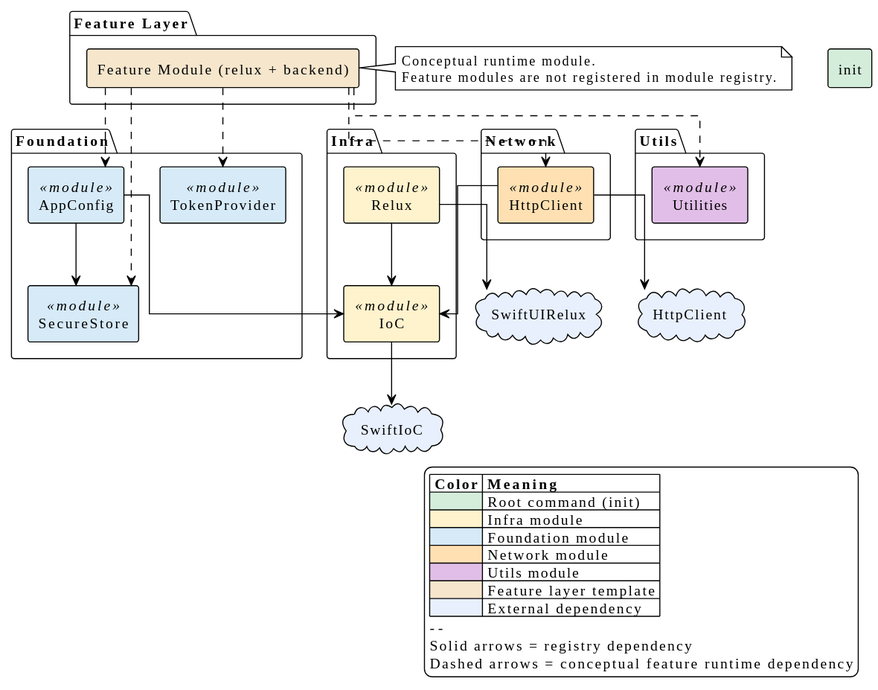
Before: diagrams/scaffolding-pipeline.svg, a diagram exported from PlantUML (relux-works/skill-ios-app-manager). The source it was exported from:
```plantuml
@startuml
!theme plain

skinparam linetype ortho
skinparam componentStyle rectangle

[init] as Init #D4EDDA

cloud "HttpClient" as ext_httpclient #E8F0FE
cloud "SwiftIoC" as ext_swiftioc #E8F0FE
cloud "SwiftUIRelux" as ext_swiftuirelux #E8F0FE

package "Infra" {
  component "IoC" as mod_ioc <<module>> #FFF3CD
  component "Relux" as mod_relux <<module>> #FFF3CD
}

package "Foundation" {
  component "AppConfig" as mod_app_config <<module>> #D6EAF8
  component "SecureStore" as mod_secure_store <<module>> #D6EAF8
  component "TokenProvider" as mod_token_provider <<module>> #D6EAF8
}

package "Network" {
  component "HttpClient" as mod_http_client <<module>> #FFE0B2
}

package "Utils" {
  component "Utilities" as mod_utilities <<module>> #E1BEE7
}

package "Feature Layer" {
  [Feature Module (relux + backend)] as FeatureModule #F5E6CC
}

note right of FeatureModule
  Conceptual runtime module.
  Feature modules are not registered in module registry.
end note

FeatureModule ..> mod_app_config
FeatureModule ..> mod_secure_store
FeatureModule ..> mod_token_provider
FeatureModule ..> mod_http_client
FeatureModule ..> mod_utilities

mod_relux --> mod_ioc
mod_app_config --> mod_ioc
mod_app_config --> mod_secure_store
mod_http_client --> mod_ioc

mod_ioc --> ext_swiftioc
mod_relux --> ext_swiftuirelux
mod_http_client --> ext_httpclient

legend right
  |= Color |= Meaning |
  | <#D4EDDA> | Root command (init) |
  | <#FFF3CD> | Infra module |
  | <#D6EAF8> | Foundation module |
  | <#FFE0B2> | Network module |
  | <#E1BEE7> | Utils module |
  | <#F5E6CC> | Feature layer template |
  | <#E8F0FE> | External dependency |
  --
  Solid arrows = registry dependency
  Dashed arrows = conceptual feature runtime dependency
endlegend
@enduml
```
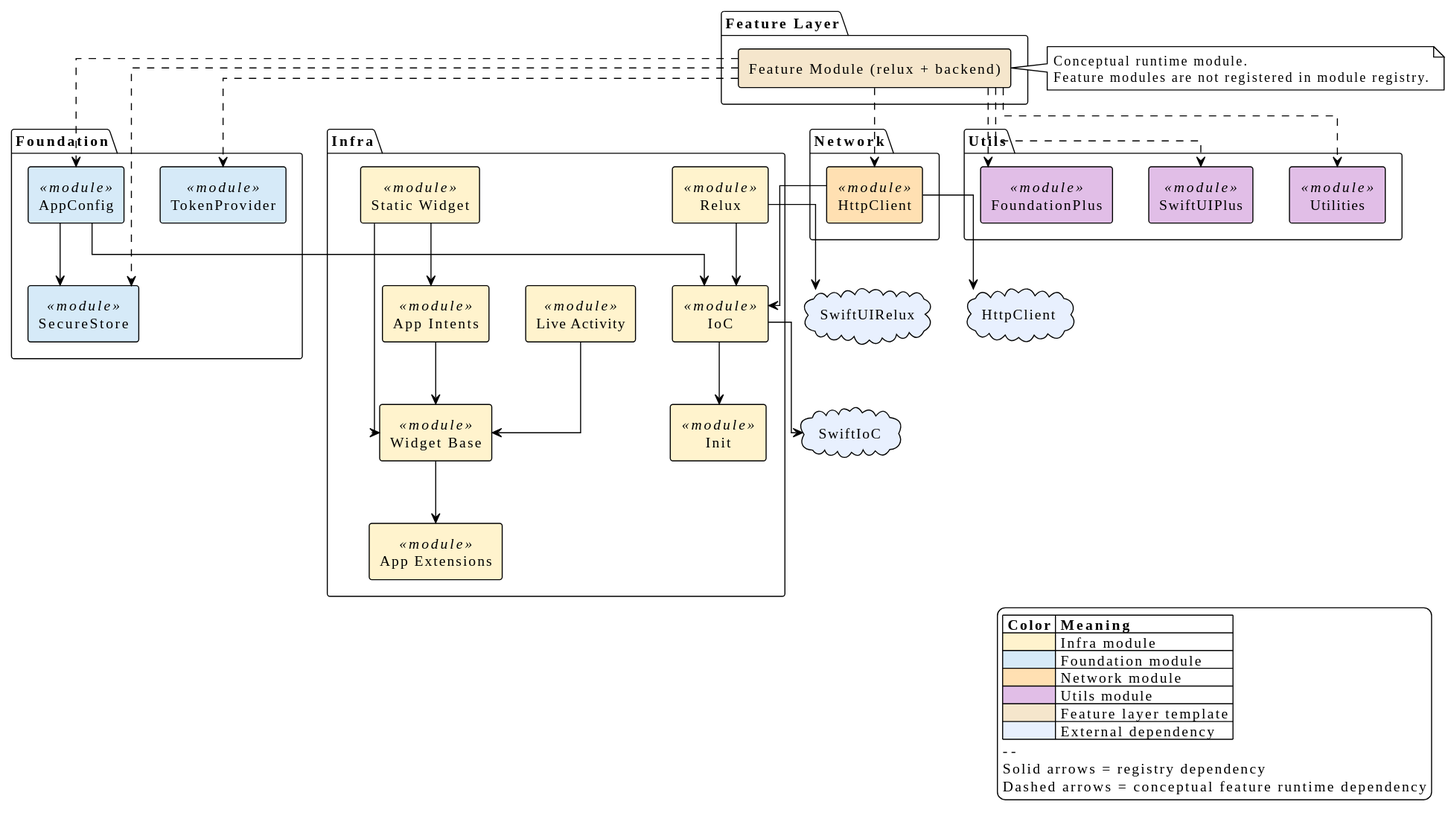
Later version of the same file.

Diff of the diagram source:
```diff
@@ -4,15 +4,19 @@
 skinparam linetype ortho
 skinparam componentStyle rectangle
 
-[init] as Init #D4EDDA
-
 cloud "HttpClient" as ext_httpclient #E8F0FE
 cloud "SwiftIoC" as ext_swiftioc #E8F0FE
 cloud "SwiftUIRelux" as ext_swiftuirelux #E8F0FE
 
 package "Infra" {
+  component "App Extensions" as mod_app_extensions <<module>> #FFF3CD
+  component "App Intents" as mod_app_intents <<module>> #FFF3CD
+  component "Init" as mod_init <<module>> #FFF3CD
   component "IoC" as mod_ioc <<module>> #FFF3CD
+  component "Live Activity" as mod_live_activity <<module>> #FFF3CD
   component "Relux" as mod_relux <<module>> #FFF3CD
+  component "Static Widget" as mod_static_widget <<module>> #FFF3CD
+  component "Widget Base" as mod_widget_base <<module>> #FFF3CD
 }
 
 package "Foundation" {
@@ -26,6 +30,8 @@
 }
 
 package "Utils" {
+  component "FoundationPlus" as mod_foundation_plus <<module>> #E1BEE7
+  component "SwiftUIPlus" as mod_swiftui_plus <<module>> #E1BEE7
   component "Utilities" as mod_utilities <<module>> #E1BEE7
 }
 
@@ -42,9 +48,17 @@
 FeatureModule ..> mod_secure_store
 FeatureModule ..> mod_token_provider
 FeatureModule ..> mod_http_client
+FeatureModule ..> mod_foundation_plus
+FeatureModule ..> mod_swiftui_plus
 FeatureModule ..> mod_utilities
 
+mod_app_intents --> mod_widget_base
+mod_ioc --> mod_init
+mod_live_activity --> mod_widget_base
 mod_relux --> mod_ioc
+mod_static_widget --> mod_app_intents
+mod_static_widget --> mod_widget_base
+mod_widget_base --> mod_app_extensions
 mod_app_config --> mod_ioc
 mod_app_config --> mod_secure_store
 mod_http_client --> mod_ioc
@@ -55,7 +69,6 @@
 
 legend right
   |= Color |= Meaning |
-  | <#D4EDDA> | Root command (init) |
   | <#FFF3CD> | Infra module |
   | <#D6EAF8> | Foundation module |
   | <#FFE0B2> | Network module |
```
